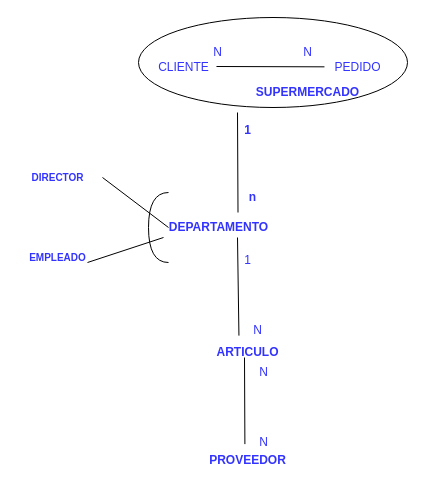
This is page "Page-7" (7 of 10) of BaT3.drawio from NelvaAdalit/BASE-DE-DATOS-2, a draw.io file, before an edit. Source tidied: cells renumbered, new cells numbered last; positions are measured from the earlier drawing's top-left corner, leaving out a move shared by most shapes. Both pictures are drawn from the tidied source at 100%, with x=0, y=0 at pixel (17, 17).
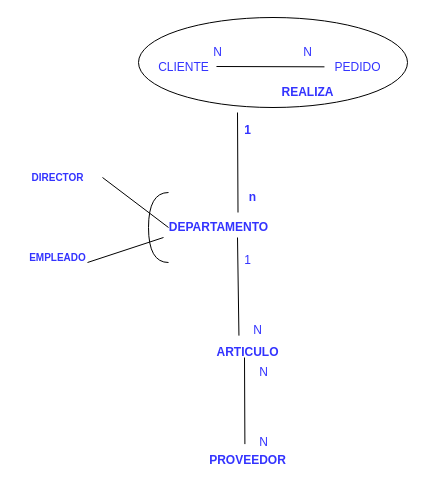
The same diagram, later.

Change to the diagram source:
```diff
@@
-    <mxCell id="19" value="&lt;b&gt;SUPERMERCADO&lt;/b&gt;" style="text;html=1;align=center;verticalAlign=middle;strokeColor=none;fillColor=none;fontColor=#3333FF;" parent="1" vertex="1">
-      <mxGeometry x="225" y="60" width="130" height="30" as="geometry" />
+    <mxCell id="19" value="&lt;b&gt;REALIZA&lt;/b&gt;" style="text;html=1;align=center;verticalAlign=middle;strokeColor=none;fillColor=none;fontColor=#3333FF;" parent="1" vertex="1">
+      <mxGeometry x="250" y="60" width="80" height="30" as="geometry" />
     </mxCell>
```
